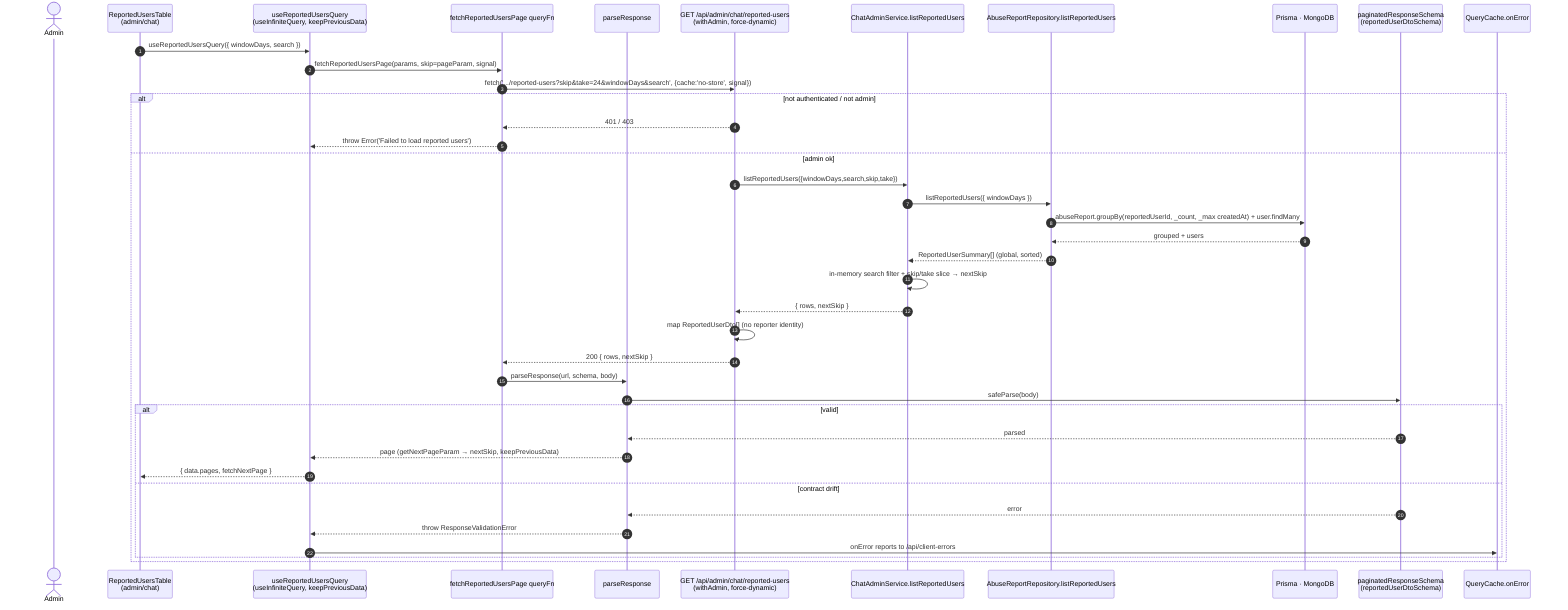
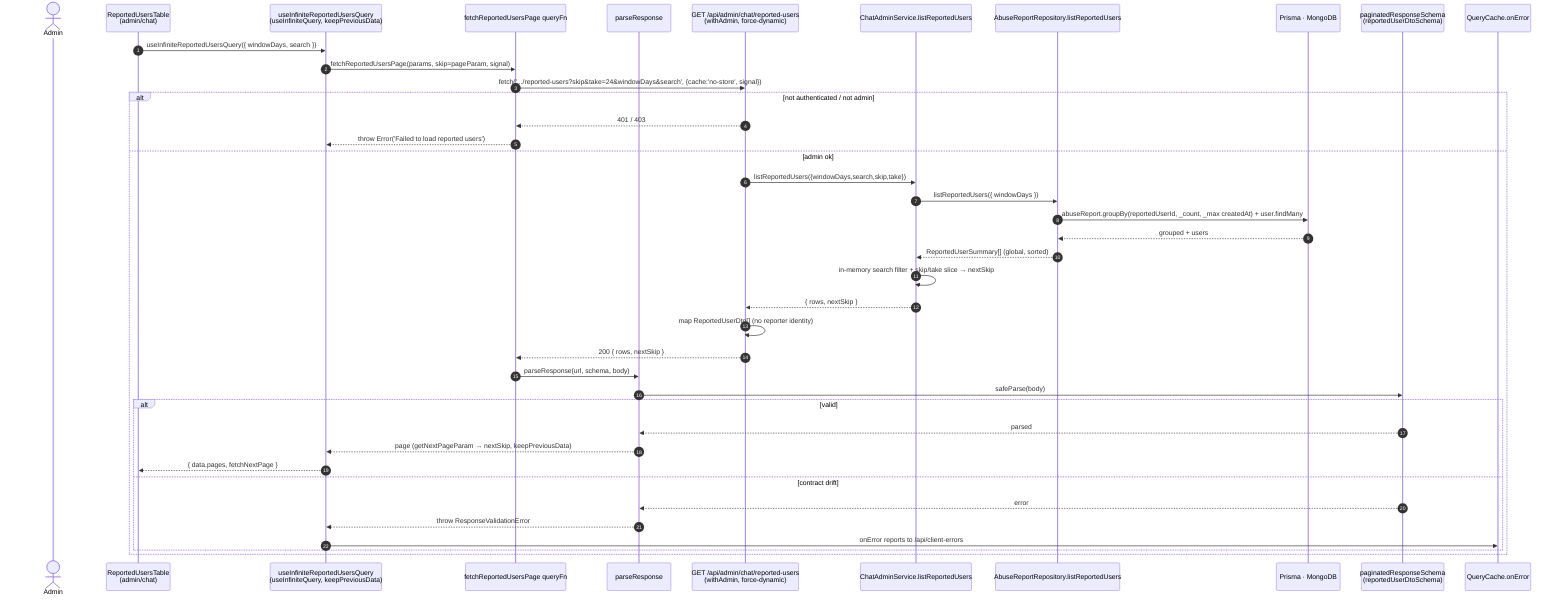
- %% useReportedUsersQuery — admin reported-users list (infinite, validated, no-store)
+ %% useInfiniteReportedUsersQuery — admin reported-users list (infinite, validated, no-store)
sequenceDiagram
    autonumber
    actor A as Admin
    participant C as ReportedUsersTable<br/>(admin/chat)
-     participant H as useReportedUsersQuery<br/>(useInfiniteQuery, keepPreviousData)
+     participant H as useInfiniteReportedUsersQuery<br/>(useInfiniteQuery, keepPreviousData)
    participant Q as fetchReportedUsersPage queryFn
    participant P as parseResponse
    participant R as GET /api/admin/chat/reported-users<br/>(withAdmin, force-dynamic)
    participant SV as ChatAdminService.listReportedUsers
    participant AR as AbuseReportRepository.listReportedUsers
    participant DB as Prisma · MongoDB
    participant V as paginatedResponseSchema<br/>(reportedUserDtoSchema)
    participant RC as QueryCache.onError
-     C->>H: useReportedUsersQuery({ windowDays, search })
+     C->>H: useInfiniteReportedUsersQuery({ windowDays, search })
    H->>Q: fetchReportedUsersPage(params, skip=pageParam, signal)
    Q->>R: fetch('.../reported-users?skip&take=24&windowDays&search', {cache:'no-store', signal})
    alt not authenticated / not admin
        R-->>Q: 401 / 403
        Q-->>H: throw Error('Failed to load reported users')
    else admin ok
        R->>SV: listReportedUsers({windowDays,search,skip,take})
        SV->>AR: listReportedUsers({ windowDays })
        AR->>DB: abuseReport.groupBy(reportedUserId, _count, _max createdAt) + user.findMany
        DB-->>AR: grouped + users
        AR-->>SV: ReportedUserSummary[] (global, sorted)
        SV->>SV: in-memory search filter + skip/take slice → nextSkip
        SV-->>R: { rows, nextSkip }
        R->>R: map ReportedUserDto[] (no reporter identity)
        R-->>Q: 200 { rows, nextSkip }
        Q->>P: parseResponse(url, schema, body)
        P->>V: safeParse(body)
        alt valid
            V-->>P: parsed
            P-->>H: page (getNextPageParam → nextSkip, keepPreviousData)
            H-->>C: { data.pages, fetchNextPage }
        else contract drift
            V-->>P: error
            P-->>H: throw ResponseValidationError
            H->>RC: onError reports to /api/client-errors
        end
    end
